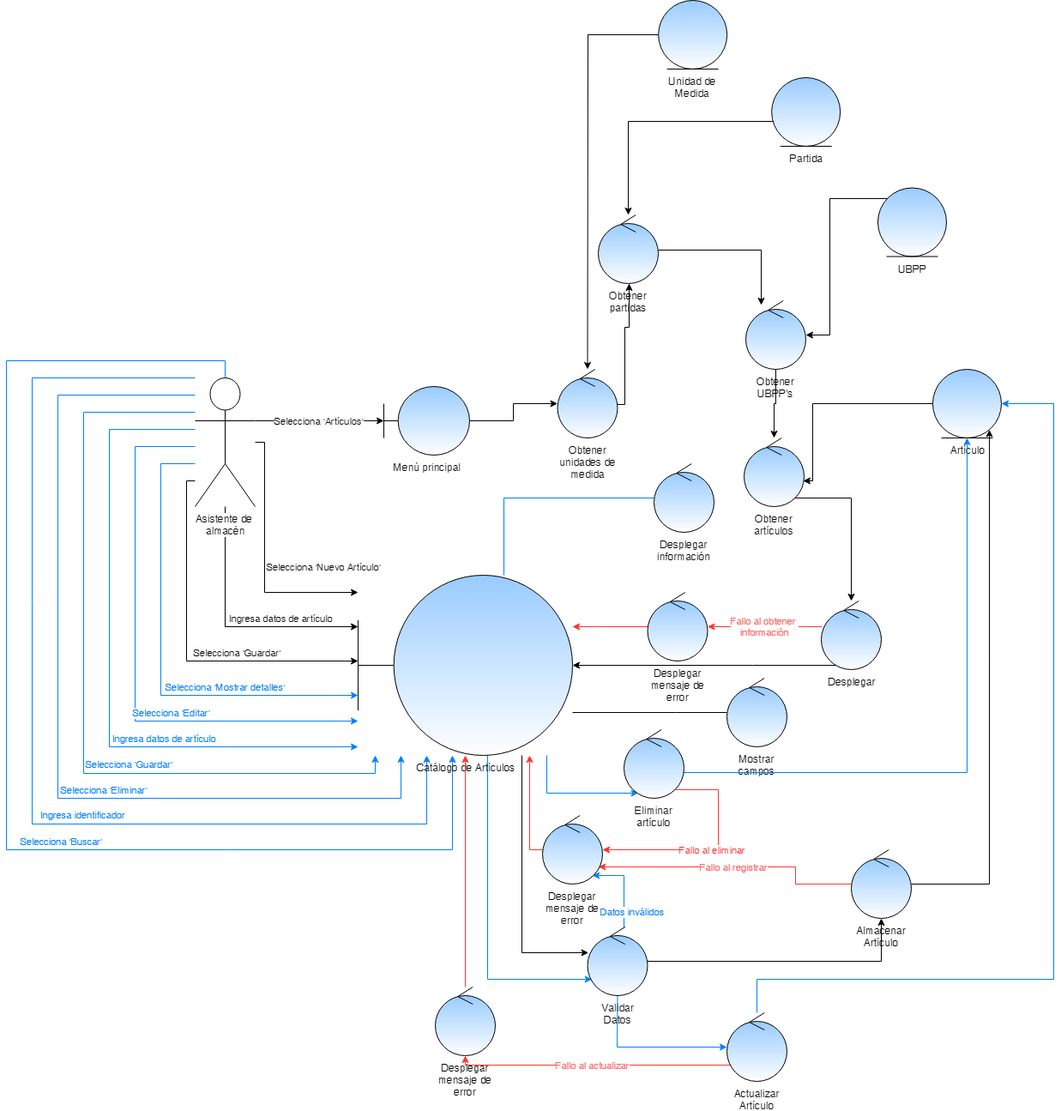
Above: documentacion/Diagramas de robustez/CU-06.png in ipe-ver/sipever (draw.io), before the change. Source tidied: cells renumbered, new cells last; positions are measured from the earlier drawing's top-left corner, leaving out a move shared by most shapes.
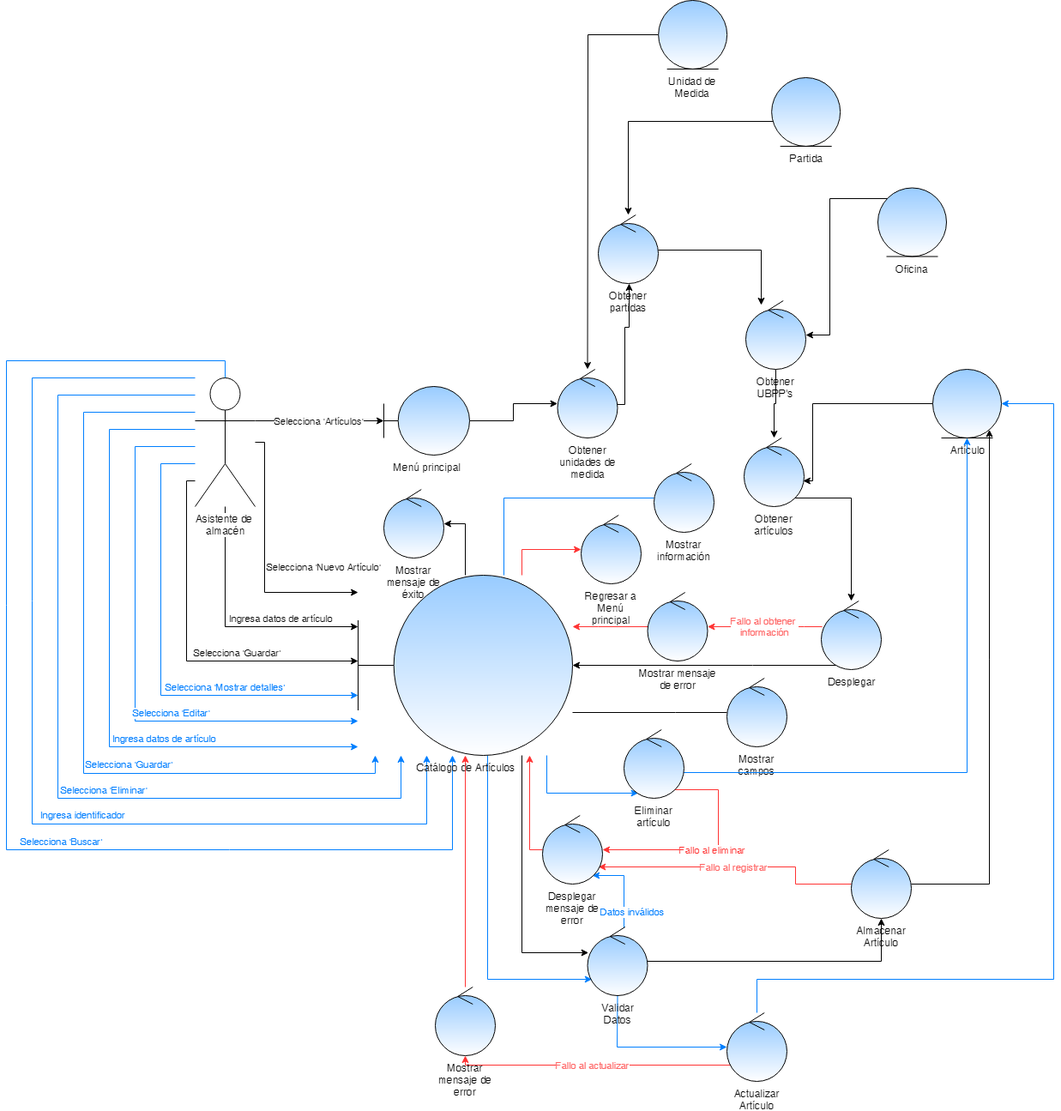
Later version of the same file.

The edit, as a diff of the source:
```diff
@@ -172,6 +172,20 @@
         </Array>
       </mxGeometry>
     </mxCell>
+    <mxCell id="62" style="edgeStyle=orthogonalEdgeStyle;rounded=0;jettySize=auto;html=1;" parent="1" edge="1" source="27" target="64">
+      <mxGeometry relative="1" as="geometry">
+        <Array as="points">
+          <mxPoint x="535" y="610" />
+        </Array>
+      </mxGeometry>
+    </mxCell>
+    <mxCell id="63" style="edgeStyle=orthogonalEdgeStyle;rounded=0;jettySize=auto;html=1;strokeColor=#FF3333;" parent="1" edge="1" source="27" target="65">
+      <mxGeometry relative="1" as="geometry">
+        <Array as="points">
+          <mxPoint x="601" y="640" />
+        </Array>
+      </mxGeometry>
+    </mxCell>
     <mxCell id="27" value="Catálogo de Artículos" style="shape=umlBoundary;whiteSpace=wrap;html=1;fillColor=#99CCFF;strokeColor=#000000;labelPosition=center;verticalLabelPosition=bottom;align=center;verticalAlign=top;gradientColor=#ffffff;" parent="1" vertex="1">
       <mxGeometry x="410" y="670" width="250" height="210" as="geometry" />
     </mxCell>
@@ -239,7 +253,7 @@
         </Array>
       </mxGeometry>
     </mxCell>
-    <mxCell id="41" value="UBPP" style="ellipse;shape=umlEntity;whiteSpace=wrap;html=1;fillColor=#99CCFF;strokeColor=#000000;labelPosition=center;verticalLabelPosition=bottom;align=center;verticalAlign=top;gradientColor=#ffffff;" parent="1" vertex="1">
+    <mxCell id="41" value="Oficina" style="ellipse;shape=umlEntity;whiteSpace=wrap;html=1;fillColor=#99CCFF;strokeColor=#000000;labelPosition=center;verticalLabelPosition=bottom;align=center;verticalAlign=top;gradientColor=#ffffff;" parent="1" vertex="1">
       <mxGeometry x="1016" y="218.5" width="80" height="80" as="geometry" />
     </mxCell>
     <mxCell id="42" style="edgeStyle=orthogonalEdgeStyle;rounded=0;jettySize=auto;html=1;" parent="1" edge="1" source="43" target="45">
@@ -270,7 +284,7 @@
     <mxCell id="47" value="Obtener unidades de medida" style="ellipse;shape=umlControl;whiteSpace=wrap;html=1;fillColor=#99CCFF;strokeColor=#000000;labelPosition=center;verticalLabelPosition=bottom;align=center;verticalAlign=top;gradientColor=#ffffff;" parent="1" vertex="1">
       <mxGeometry x="642.5" y="430" width="70" height="80" as="geometry" />
     </mxCell>
-    <mxCell id="48" value="Desplegar información" style="ellipse;shape=umlControl;whiteSpace=wrap;html=1;fillColor=#99CCFF;strokeColor=#000000;labelPosition=center;verticalLabelPosition=bottom;align=center;verticalAlign=top;gradientColor=#ffffff;" parent="1" vertex="1">
+    <mxCell id="48" value="Mostrar información" style="ellipse;shape=umlControl;whiteSpace=wrap;html=1;fillColor=#99CCFF;strokeColor=#000000;labelPosition=center;verticalLabelPosition=bottom;align=center;verticalAlign=top;gradientColor=#ffffff;" parent="1" vertex="1">
       <mxGeometry x="755" y="540" width="70" height="80" as="geometry" />
     </mxCell>
     <mxCell id="49" style="edgeStyle=orthogonalEdgeStyle;rounded=0;jettySize=auto;html=1;strokeColor=#007FFF;" parent="1" edge="1" source="51" target="17">
@@ -313,7 +327,7 @@
     <mxCell id="55" style="edgeStyle=orthogonalEdgeStyle;rounded=0;jettySize=auto;html=1;strokeColor=#FF3333;" parent="1" edge="1" source="56" target="27">
       <mxGeometry relative="1" as="geometry" />
     </mxCell>
-    <mxCell id="56" value="Desplegar mensaje de error" style="ellipse;shape=umlControl;whiteSpace=wrap;html=1;strokeColor=#000000;fillColor=#99CCFF;gradientColor=#ffffff;labelPosition=center;verticalLabelPosition=bottom;align=center;verticalAlign=top;" parent="1" vertex="1">
+    <mxCell id="56" value="Mostrar mensaje de error" style="ellipse;shape=umlControl;whiteSpace=wrap;html=1;strokeColor=#000000;fillColor=#99CCFF;gradientColor=#ffffff;labelPosition=center;verticalLabelPosition=bottom;align=center;verticalAlign=top;" parent="1" vertex="1">
       <mxGeometry x="500" y="1150" width="70" height="80" as="geometry" />
     </mxCell>
     <mxCell id="57" style="edgeStyle=orthogonalEdgeStyle;rounded=0;jettySize=auto;html=1;strokeColor=#FF3333;" parent="1" edge="1" source="58" target="27">
@@ -334,7 +348,7 @@
         </Array>
       </mxGeometry>
     </mxCell>
-    <mxCell id="60" value="Desplegar mensaje de error" style="ellipse;shape=umlControl;whiteSpace=wrap;html=1;strokeColor=#000000;fillColor=#99CCFF;gradientColor=#ffffff;labelPosition=center;verticalLabelPosition=bottom;align=center;verticalAlign=top;" parent="1" vertex="1">
+    <mxCell id="60" value="Mostrar&amp;nbsp;mensaje de error" style="ellipse;shape=umlControl;whiteSpace=wrap;html=1;strokeColor=#000000;fillColor=#99CCFF;gradientColor=#ffffff;labelPosition=center;verticalLabelPosition=bottom;align=center;verticalAlign=top;" parent="1" vertex="1">
       <mxGeometry x="747.5" y="690" width="70" height="80" as="geometry" />
     </mxCell>
     <mxCell id="61" value="Fallo al obtener&amp;nbsp;&lt;br&gt;información" style="edgeStyle=orthogonalEdgeStyle;rounded=0;jettySize=auto;html=1;strokeColor=#FF3333;fontColor=#FF6666;" parent="1" edge="1" source="21" target="60">
@@ -345,5 +359,11 @@
         </Array>
       </mxGeometry>
     </mxCell>
+    <mxCell id="64" value="Mostrar mensaje de éxito" style="ellipse;shape=umlControl;whiteSpace=wrap;html=1;gradientColor=#ffffff;fillColor=#99CCFF;labelPosition=center;verticalLabelPosition=bottom;align=center;verticalAlign=top;" parent="1" vertex="1">
+      <mxGeometry x="440" y="570" width="70" height="80" as="geometry" />
+    </mxCell>
+    <mxCell id="65" value="Regresar a Menú principal" style="ellipse;shape=umlControl;whiteSpace=wrap;html=1;fillColor=#99CCFF;gradientColor=#ffffff;labelPosition=center;verticalLabelPosition=bottom;align=center;verticalAlign=top;" parent="1" vertex="1">
+      <mxGeometry x="670" y="600" width="70" height="80" as="geometry" />
+    </mxCell>
   </root>
 </mxGraphModel>
```
